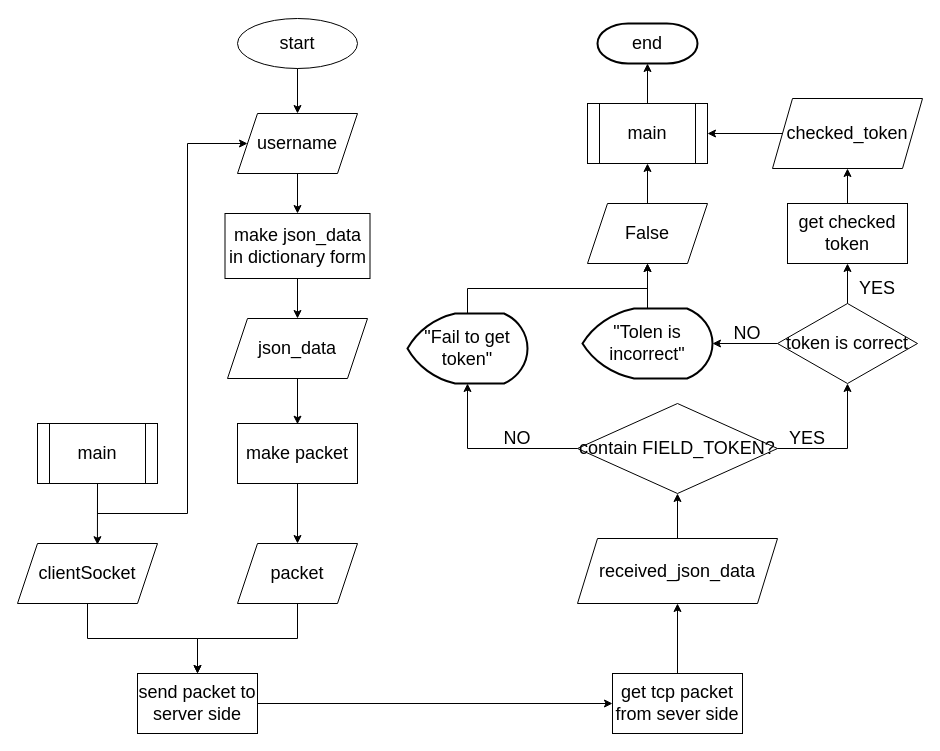
Above: page "acuqire authorization" (3 of 5) of Untitled Diagram.drawio in 1102131860/CAN201 (draw.io), before the change. Source tidied: cells renumbered, new cells numbered last; positions are measured from the earlier drawing's top-left corner, leaving out a move shared by most shapes. Both pictures are drawn from the tidied source at 100%, with x=0, y=0 at pixel (17, 18).
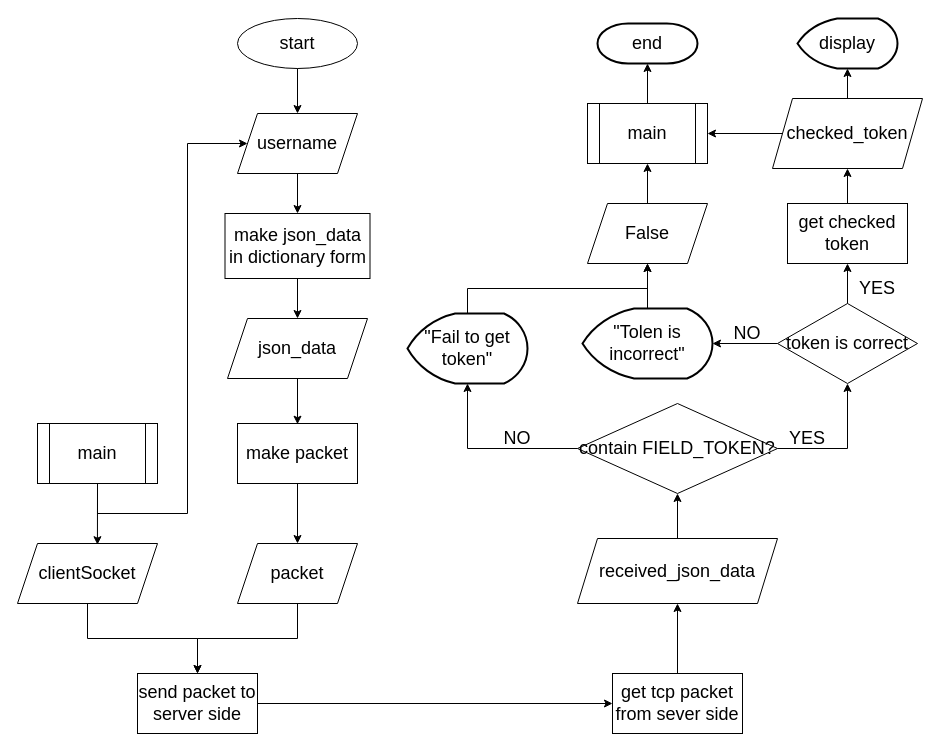
After the change.

Unchanged cells that the change refers to:
```xml
<mxCell id="36" value="checked_token" style="shape=parallelogram;perimeter=parallelogramPerimeter;whiteSpace=wrap;html=1;fixedSize=1;fontSize=18;" parent="1" vertex="1">
  <mxGeometry x="755" y="80" width="150" height="70" as="geometry" />
</mxCell>
```

What changed in the source:
```diff
@@
+    <mxCell id="48" style="endArrow=classic;html=1;rounded=0;fontSize=18;entryX=0.5;entryY=1;entryDx=0;entryDy=0;entryPerimeter=0;exitX=0.5;exitY=0;exitDx=0;exitDy=0;" parent="1" edge="1" source="36" target="49">
+      <mxGeometry relative="1" as="geometry" />
+    </mxCell>
+    <mxCell id="49" value="display" style="strokeWidth=2;html=1;shape=mxgraph.flowchart.display;whiteSpace=wrap;fontSize=18;" parent="1" vertex="1">
+      <mxGeometry x="780" width="100" height="50" as="geometry" />
+    </mxCell>
```
